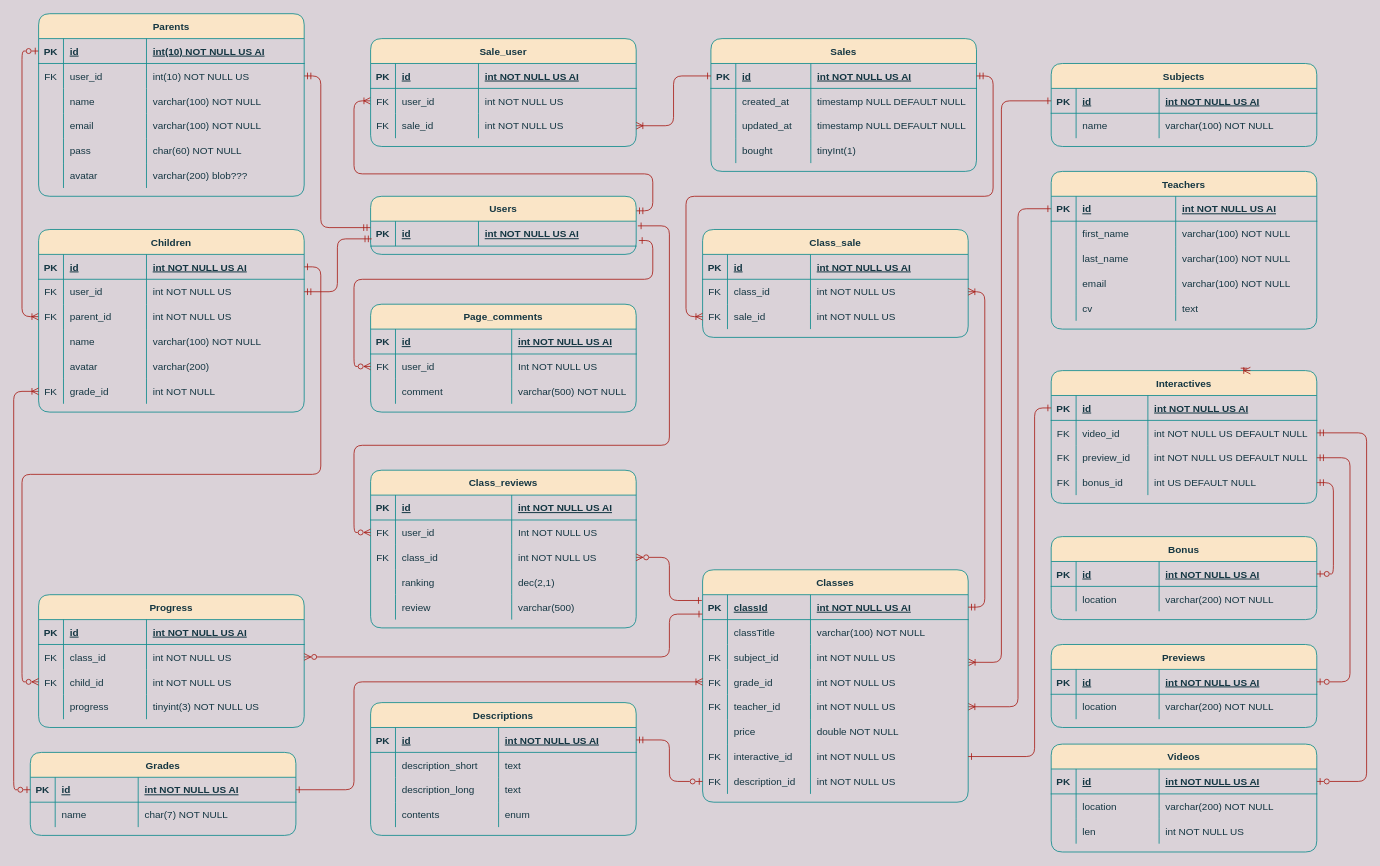
This is MundoSapienDB.drawio from 0921CDFSNCN22LAED/grupo-02, a draw.io file, before an edit. Source tidied: cells renumbered, new cells numbered last; positions are measured from the earlier drawing's top-left corner, leaving out a move shared by most shapes. Both pictures are drawn from the tidied source at 83%, with x=0, y=0 at pixel (30, 13).
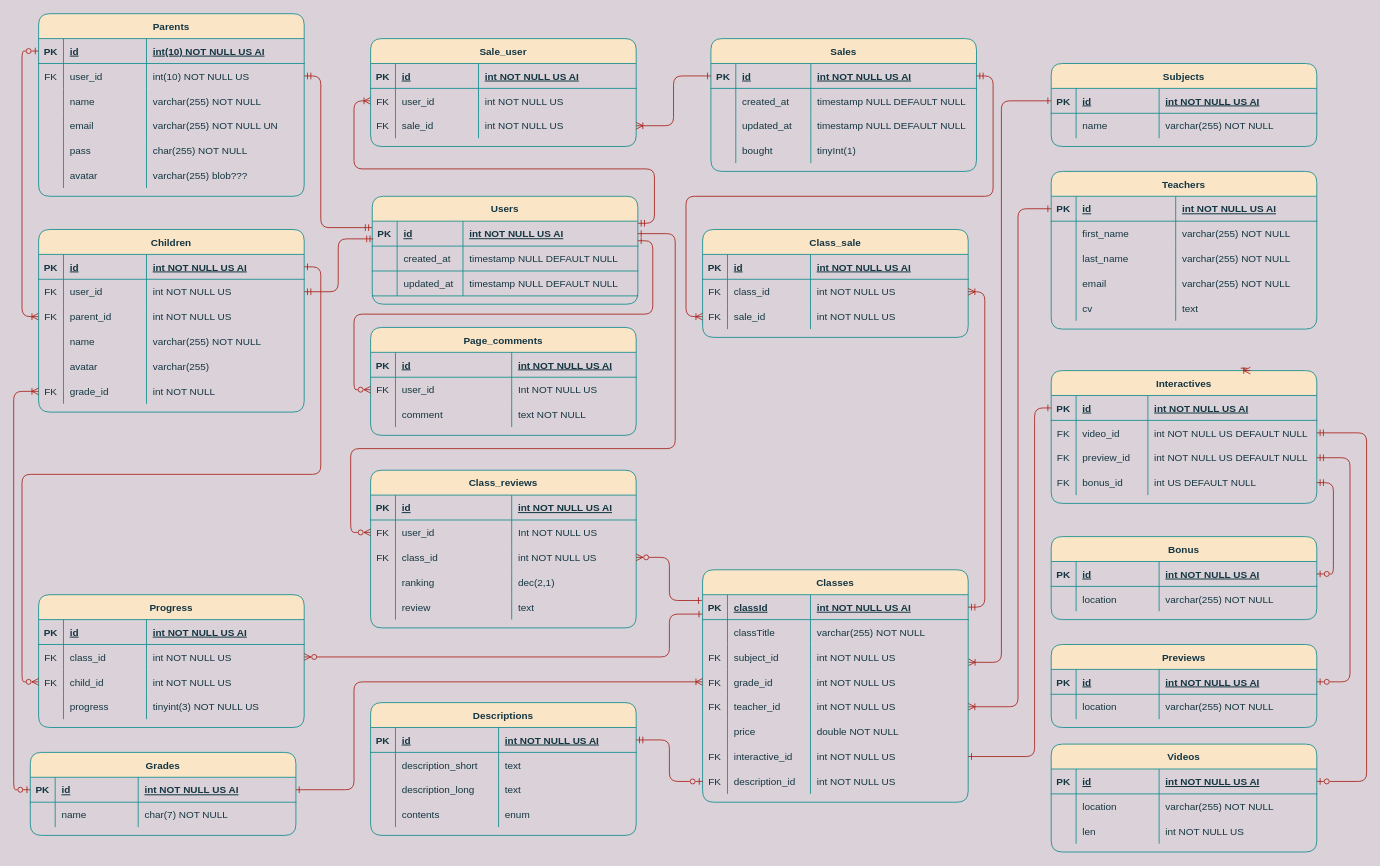
After the change.

Unchanged cells that the change refers to:
```xml
<mxCell id="14" style="shape=partialRectangle;fillColor=none;top=0;left=0;right=0;bottom=0;rounded=1;strokeColor=#0F8B8D;fontColor=#143642;" parent="5" vertex="1">
  <mxGeometry y="90" width="320" height="30" as="geometry" />
</mxCell>
<mxCell id="18" style="shape=partialRectangle;fillColor=none;top=0;left=0;right=0;bottom=0;rounded=1;strokeColor=#0F8B8D;fontColor=#143642;" parent="5" vertex="1">
  <mxGeometry y="120" width="320" height="30" as="geometry" />
</mxCell>
<mxCell id="22" style="shape=partialRectangle;fillColor=none;top=0;left=0;right=0;bottom=0;rounded=1;strokeColor=#0F8B8D;fontColor=#143642;" parent="5" vertex="1">
  <mxGeometry y="150" width="320" height="30" as="geometry" />
</mxCell>
<mxCell id="26" style="shape=partialRectangle;fillColor=none;top=0;left=0;right=0;bottom=0;rounded=1;strokeColor=#0F8B8D;fontColor=#143642;" parent="5" vertex="1">
  <mxGeometry y="180" width="320" height="30" as="geometry" />
</mxCell>
<mxCell id="43" style="shape=partialRectangle;fillColor=none;top=0;left=0;right=0;bottom=0;rounded=1;strokeColor=#0F8B8D;fontColor=#143642;" parent="30" vertex="1">
  <mxGeometry y="120" width="320" height="30" as="geometry" />
</mxCell>
<mxCell id="47" style="shape=partialRectangle;fillColor=none;top=0;left=0;right=0;bottom=0;rounded=1;strokeColor=#0F8B8D;fontColor=#143642;" parent="30" vertex="1">
  <mxGeometry y="150" width="320" height="30" as="geometry" />
</mxCell>
<mxCell id="61" style="shape=partialRectangle;fillColor=none;top=0;left=0;right=0;bottom=0;rounded=1;strokeColor=#0F8B8D;fontColor=#143642;" parent="56" vertex="1">
  <mxGeometry y="60" width="320" height="30" as="geometry" />
</mxCell>
<mxCell id="94" style="shape=partialRectangle;fillColor=none;top=0;left=0;right=0;bottom=0;rounded=1;strokeColor=#0F8B8D;fontColor=#143642;" parent="89" vertex="1">
  <mxGeometry y="60" width="320" height="30" as="geometry" />
</mxCell>
<mxCell id="98" style="shape=partialRectangle;fillColor=none;top=0;left=0;right=0;bottom=0;rounded=1;strokeColor=#0F8B8D;fontColor=#143642;" parent="89" vertex="1">
  <mxGeometry y="90" width="320" height="30" as="geometry" />
</mxCell>
<mxCell id="102" style="shape=partialRectangle;fillColor=none;top=0;left=0;right=0;bottom=0;rounded=1;strokeColor=#0F8B8D;fontColor=#143642;" parent="89" vertex="1">
  <mxGeometry y="120" width="320" height="30" as="geometry" />
</mxCell>
<mxCell id="115" style="shape=partialRectangle;fillColor=none;top=0;left=0;right=0;bottom=0;rounded=1;strokeColor=#0F8B8D;fontColor=#143642;" parent="110" vertex="1">
  <mxGeometry y="60" width="320" height="30" as="geometry" />
</mxCell>
<mxCell id="171" style="shape=partialRectangle;fillColor=none;top=0;left=0;right=0;bottom=0;rounded=1;strokeColor=#0F8B8D;fontColor=#143642;" parent="166" vertex="1">
  <mxGeometry y="60" width="320" height="30" as="geometry" />
</mxCell>
<mxCell id="184" style="shape=partialRectangle;fillColor=none;top=0;left=0;right=0;bottom=0;rounded=1;strokeColor=#0F8B8D;fontColor=#143642;" parent="179" vertex="1">
  <mxGeometry y="60" width="320" height="30" as="geometry" />
</mxCell>
<mxCell id="194" style="shape=partialRectangle;fillColor=none;top=0;left=0;right=0;bottom=0;rounded=1;strokeColor=#0F8B8D;fontColor=#143642;" parent="189" vertex="1">
  <mxGeometry y="60" width="320" height="30" as="geometry" />
</mxCell>
<mxCell id="221" style="shape=partialRectangle;fillColor=none;points=[[0,0.5],[1,0.5]];portConstraint=eastwest;top=0;left=0;right=0;bottom=0;rounded=1;strokeColor=#0F8B8D;fontColor=#143642;" parent="216" vertex="1">
  <mxGeometry y="60" width="320" height="30" as="geometry" />
</mxCell>
<mxCell id="247" style="shape=partialRectangle;fillColor=none;points=[[0,0.5],[1,0.5]];portConstraint=eastwest;top=0;left=0;right=0;bottom=1;rounded=1;strokeColor=#0F8B8D;fontColor=#143642;" parent="246" vertex="1">
  <mxGeometry y="30" width="320" height="30" as="geometry" />
</mxCell>
<mxCell id="258" style="shape=partialRectangle;fillColor=none;points=[[0,0.5],[1,0.5]];portConstraint=eastwest;top=0;left=0;right=0;bottom=0;rounded=1;strokeColor=#0F8B8D;fontColor=#143642;" parent="253" vertex="1">
  <mxGeometry y="60" width="320" height="30" as="geometry" />
</mxCell>
<mxCell id="262" style="shape=partialRectangle;fillColor=none;top=0;left=0;right=0;bottom=0;rounded=1;strokeColor=#0F8B8D;fontColor=#143642;" parent="253" vertex="1">
  <mxGeometry y="90" width="320" height="30" as="geometry" />
</mxCell>
<mxCell id="272" style="shape=partialRectangle;fillColor=none;points=[[0,0.5],[1,0.5]];portConstraint=eastwest;top=0;left=0;right=0;bottom=0;rounded=1;strokeColor=#0F8B8D;fontColor=#143642;" parent="267" vertex="1">
  <mxGeometry y="60" width="320" height="30" as="geometry" />
</mxCell>
<mxCell id="284" style="shape=partialRectangle;fillColor=none;top=0;left=0;right=0;bottom=0;rounded=1;strokeColor=#0F8B8D;fontColor=#143642;" parent="267" vertex="1">
  <mxGeometry y="150" width="320" height="30" as="geometry" />
</mxCell>
```

What changed in the source:
```diff
@@
     <mxCell id="4" style="edgeStyle=orthogonalEdgeStyle;jettySize=auto;html=1;startArrow=ERmandOne;startFill=0;endArrow=ERoneToMany;endFill=0;exitX=1;exitY=0.25;exitDx=0;exitDy=0;entryX=0;entryY=0.5;entryDx=0;entryDy=0;labelBackgroundColor=#DAD2D8;strokeColor=#A8201A;fontColor=#143642;" parent="1" edge="1" source="246" target="221">
       <mxGeometry relative="1" as="geometry">
         <Array as="points">
-          <mxPoint x="750" y="238" />
-          <mxPoint x="750" y="193" />
-          <mxPoint x="390" y="193" />
+          <mxPoint x="752" y="253" />
+          <mxPoint x="752" y="187" />
+          <mxPoint x="390" y="187" />
           <mxPoint x="390" y="105" />
         </Array>
       </mxGeometry>
     </mxCell>
@@
-    <mxCell id="17" value="varchar(100) NOT NULL" style="shape=partialRectangle;overflow=hidden;fillColor=none;top=0;left=0;bottom=0;right=0;align=left;spacingLeft=6;rounded=1;strokeColor=#0F8B8D;fontColor=#143642;" parent="14" vertex="1">
+    <mxCell id="17" value="varchar(255) NOT NULL" style="shape=partialRectangle;overflow=hidden;fillColor=none;top=0;left=0;bottom=0;right=0;align=left;spacingLeft=6;rounded=1;strokeColor=#0F8B8D;fontColor=#143642;" parent="14" vertex="1">
       <mxGeometry x="130" width="190" height="30" as="geometry" />
     </mxCell>
@@
-    <mxCell id="21" value="varchar(100) NOT NULL" style="shape=partialRectangle;overflow=hidden;fillColor=none;top=0;left=0;bottom=0;right=0;align=left;spacingLeft=6;rounded=1;strokeColor=#0F8B8D;fontColor=#143642;" parent="18" vertex="1">
+    <mxCell id="21" value="varchar(255) NOT NULL UN" style="shape=partialRectangle;overflow=hidden;fillColor=none;top=0;left=0;bottom=0;right=0;align=left;spacingLeft=6;rounded=1;strokeColor=#0F8B8D;fontColor=#143642;" parent="18" vertex="1">
       <mxGeometry x="130" width="190" height="30" as="geometry" />
     </mxCell>
@@
-    <mxCell id="25" value="char(60) NOT NULL" style="shape=partialRectangle;overflow=hidden;fillColor=none;top=0;left=0;bottom=0;right=0;align=left;spacingLeft=6;rounded=1;strokeColor=#0F8B8D;fontColor=#143642;" parent="22" vertex="1">
+    <mxCell id="25" value="char(255) NOT NULL" style="shape=partialRectangle;overflow=hidden;fillColor=none;top=0;left=0;bottom=0;right=0;align=left;spacingLeft=6;rounded=1;strokeColor=#0F8B8D;fontColor=#143642;" parent="22" vertex="1">
       <mxGeometry x="130" width="190" height="30" as="geometry" />
     </mxCell>
@@
-    <mxCell id="29" value="varchar(200) blob???" style="shape=partialRectangle;overflow=hidden;fillColor=none;top=0;left=0;bottom=0;right=0;align=left;spacingLeft=6;rounded=1;strokeColor=#0F8B8D;fontColor=#143642;" parent="26" vertex="1">
+    <mxCell id="29" value="varchar(255) blob???" style="shape=partialRectangle;overflow=hidden;fillColor=none;top=0;left=0;bottom=0;right=0;align=left;spacingLeft=6;rounded=1;strokeColor=#0F8B8D;fontColor=#143642;" parent="26" vertex="1">
       <mxGeometry x="130" width="190" height="30" as="geometry" />
     </mxCell>
@@
-    <mxCell id="46" value="varchar(100) NOT NULL" style="shape=partialRectangle;overflow=hidden;fillColor=none;top=0;left=0;bottom=0;right=0;align=left;spacingLeft=6;rounded=1;strokeColor=#0F8B8D;fontColor=#143642;" parent="43" vertex="1">
+    <mxCell id="46" value="varchar(255) NOT NULL" style="shape=partialRectangle;overflow=hidden;fillColor=none;top=0;left=0;bottom=0;right=0;align=left;spacingLeft=6;rounded=1;strokeColor=#0F8B8D;fontColor=#143642;" parent="43" vertex="1">
       <mxGeometry x="130" width="190" height="30" as="geometry" />
     </mxCell>
@@
-    <mxCell id="50" value="varchar(200)" style="shape=partialRectangle;overflow=hidden;fillColor=none;top=0;left=0;bottom=0;right=0;align=left;spacingLeft=6;rounded=1;strokeColor=#0F8B8D;fontColor=#143642;" parent="47" vertex="1">
+    <mxCell id="50" value="varchar(255)" style="shape=partialRectangle;overflow=hidden;fillColor=none;top=0;left=0;bottom=0;right=0;align=left;spacingLeft=6;rounded=1;strokeColor=#0F8B8D;fontColor=#143642;" parent="47" vertex="1">
       <mxGeometry x="130" width="190" height="30" as="geometry" />
     </mxCell>
@@
-    <mxCell id="64" value="varchar(100) NOT NULL" style="shape=partialRectangle;overflow=hidden;fillColor=none;top=0;left=0;bottom=0;right=0;align=left;spacingLeft=6;rounded=1;strokeColor=#0F8B8D;fontColor=#143642;" parent="61" vertex="1">
+    <mxCell id="64" value="varchar(255) NOT NULL" style="shape=partialRectangle;overflow=hidden;fillColor=none;top=0;left=0;bottom=0;right=0;align=left;spacingLeft=6;rounded=1;strokeColor=#0F8B8D;fontColor=#143642;" parent="61" vertex="1">
       <mxGeometry x="130" width="190" height="30" as="geometry" />
     </mxCell>
@@
-    <mxCell id="97" value="varchar(100) NOT NULL" style="shape=partialRectangle;overflow=hidden;fillColor=none;top=0;left=0;bottom=0;right=0;align=left;spacingLeft=6;rounded=1;strokeColor=#0F8B8D;fontColor=#143642;" parent="94" vertex="1">
+    <mxCell id="97" value="varchar(255) NOT NULL" style="shape=partialRectangle;overflow=hidden;fillColor=none;top=0;left=0;bottom=0;right=0;align=left;spacingLeft=6;rounded=1;strokeColor=#0F8B8D;fontColor=#143642;" parent="94" vertex="1">
       <mxGeometry x="150" width="170" height="30" as="geometry" />
     </mxCell>
@@
-    <mxCell id="101" value="varchar(100) NOT NULL" style="shape=partialRectangle;overflow=hidden;fillColor=none;top=0;left=0;bottom=0;right=0;align=left;spacingLeft=6;rounded=1;strokeColor=#0F8B8D;fontColor=#143642;" parent="98" vertex="1">
+    <mxCell id="101" value="varchar(255) NOT NULL" style="shape=partialRectangle;overflow=hidden;fillColor=none;top=0;left=0;bottom=0;right=0;align=left;spacingLeft=6;rounded=1;strokeColor=#0F8B8D;fontColor=#143642;" parent="98" vertex="1">
       <mxGeometry x="150" width="170" height="30" as="geometry" />
     </mxCell>
@@
-    <mxCell id="105" value="varchar(100) NOT NULL" style="shape=partialRectangle;overflow=hidden;fillColor=none;top=0;left=0;bottom=0;right=0;align=left;spacingLeft=6;rounded=1;strokeColor=#0F8B8D;fontColor=#143642;" parent="102" vertex="1">
+    <mxCell id="105" value="varchar(255) NOT NULL" style="shape=partialRectangle;overflow=hidden;fillColor=none;top=0;left=0;bottom=0;right=0;align=left;spacingLeft=6;rounded=1;strokeColor=#0F8B8D;fontColor=#143642;" parent="102" vertex="1">
       <mxGeometry x="150" width="170" height="30" as="geometry" />
     </mxCell>
@@
-    <mxCell id="118" value="varchar(100) NOT NULL" style="shape=partialRectangle;overflow=hidden;fillColor=none;top=0;left=0;bottom=0;right=0;align=left;spacingLeft=6;rounded=1;strokeColor=#0F8B8D;fontColor=#143642;" parent="115" vertex="1">
+    <mxCell id="118" value="varchar(255) NOT NULL" style="shape=partialRectangle;overflow=hidden;fillColor=none;top=0;left=0;bottom=0;right=0;align=left;spacingLeft=6;rounded=1;strokeColor=#0F8B8D;fontColor=#143642;" parent="115" vertex="1">
       <mxGeometry x="130" width="190" height="30" as="geometry" />
     </mxCell>
@@
-    <mxCell id="174" value="varchar(200) NOT NULL" style="shape=partialRectangle;overflow=hidden;fillColor=none;top=0;left=0;bottom=0;right=0;align=left;spacingLeft=6;rounded=1;strokeColor=#0F8B8D;fontColor=#143642;" parent="171" vertex="1">
+    <mxCell id="174" value="varchar(255) NOT NULL" style="shape=partialRectangle;overflow=hidden;fillColor=none;top=0;left=0;bottom=0;right=0;align=left;spacingLeft=6;rounded=1;strokeColor=#0F8B8D;fontColor=#143642;" parent="171" vertex="1">
       <mxGeometry x="130" width="190" height="30" as="geometry" />
     </mxCell>
@@
-    <mxCell id="187" value="varchar(200) NOT NULL" style="shape=partialRectangle;overflow=hidden;fillColor=none;top=0;left=0;bottom=0;right=0;align=left;spacingLeft=6;rounded=1;strokeColor=#0F8B8D;fontColor=#143642;" parent="184" vertex="1">
+    <mxCell id="187" value="varchar(255) NOT NULL" style="shape=partialRectangle;overflow=hidden;fillColor=none;top=0;left=0;bottom=0;right=0;align=left;spacingLeft=6;rounded=1;strokeColor=#0F8B8D;fontColor=#143642;" parent="184" vertex="1">
       <mxGeometry x="130" width="190" height="30" as="geometry" />
     </mxCell>
@@
-    <mxCell id="197" value="varchar(200) NOT NULL" style="shape=partialRectangle;overflow=hidden;fillColor=none;top=0;left=0;bottom=0;right=0;align=left;spacingLeft=6;rounded=1;strokeColor=#0F8B8D;fontColor=#143642;" parent="194" vertex="1">
+    <mxCell id="197" value="varchar(255) NOT NULL" style="shape=partialRectangle;overflow=hidden;fillColor=none;top=0;left=0;bottom=0;right=0;align=left;spacingLeft=6;rounded=1;strokeColor=#0F8B8D;fontColor=#143642;" parent="194" vertex="1">
       <mxGeometry x="130" width="190" height="30" as="geometry" />
     </mxCell>
@@
     <mxCell id="246" value="Users" style="shape=table;startSize=30;childLayout=tableLayout;rowLines=0;fontStyle=1;align=center;rounded=1;fillColor=#FAE5C7;strokeColor=#0F8B8D;fontColor=#143642;" parent="1" vertex="1">
-      <mxGeometry x="410" y="220" width="320" height="70" as="geometry" />
+      <mxGeometry x="412" y="220" width="320" height="130" as="geometry" />
     </mxCell>
@@
     <mxCell id="249" value="id" style="shape=partialRectangle;overflow=hidden;fillColor=none;top=0;left=0;bottom=0;right=0;align=left;spacingLeft=6;fontStyle=5;rounded=1;strokeColor=#0F8B8D;fontColor=#143642;" parent="247" vertex="1">
-      <mxGeometry x="30" width="100" height="30" as="geometry" />
+      <mxGeometry x="30" width="79.3" height="30" as="geometry" />
     </mxCell>
     <mxCell id="250" value="int NOT NULL US AI" style="shape=partialRectangle;overflow=hidden;fillColor=none;top=0;left=0;bottom=0;right=0;align=left;spacingLeft=6;fontStyle=5;rounded=1;strokeColor=#0F8B8D;fontColor=#143642;" parent="247" vertex="1">
-      <mxGeometry x="130" width="190" height="30" as="geometry" />
+      <mxGeometry x="109.3" width="210.7" height="30" as="geometry" />
     </mxCell>
+    <mxCell id="310" style="shape=partialRectangle;fillColor=none;top=0;left=0;right=0;bottom=1;rounded=1;strokeColor=#0F8B8D;fontColor=#143642;" parent="246" vertex="1">
+      <mxGeometry y="60" width="320" height="30" as="geometry" />
+    </mxCell>
+    <mxCell id="311" style="shape=partialRectangle;overflow=hidden;fillColor=none;top=0;left=0;bottom=0;right=0;fontStyle=1;rounded=1;strokeColor=#0F8B8D;fontColor=#143642;" parent="310" vertex="1">
+      <mxGeometry width="30" height="30" as="geometry" />
+    </mxCell>
+    <mxCell id="312" value="created_at" style="shape=partialRectangle;overflow=hidden;fillColor=none;top=0;left=0;bottom=0;right=0;align=left;spacingLeft=6;fontStyle=0;rounded=1;strokeColor=#0F8B8D;fontColor=#143642;" parent="310" vertex="1">
+      <mxGeometry x="30" width="79.3" height="30" as="geometry" />
+    </mxCell>
+    <mxCell id="313" value="timestamp NULL DEFAULT NULL" style="shape=partialRectangle;overflow=hidden;fillColor=none;top=0;left=0;bottom=0;right=0;align=left;spacingLeft=6;fontStyle=0;rounded=1;strokeColor=#0F8B8D;fontColor=#143642;" parent="310" vertex="1">
+      <mxGeometry x="109.3" width="210.7" height="30" as="geometry" />
+    </mxCell>
+    <mxCell id="314" style="shape=partialRectangle;fillColor=none;top=0;left=0;right=0;bottom=1;rounded=1;strokeColor=#0F8B8D;fontColor=#143642;" parent="246" vertex="1">
+      <mxGeometry y="90" width="320" height="30" as="geometry" />
+    </mxCell>
+    <mxCell id="315" style="shape=partialRectangle;overflow=hidden;fillColor=none;top=0;left=0;bottom=0;right=0;fontStyle=1;rounded=1;strokeColor=#0F8B8D;fontColor=#143642;" parent="314" vertex="1">
+      <mxGeometry width="30" height="30" as="geometry" />
+    </mxCell>
+    <mxCell id="316" value="updated_at" style="shape=partialRectangle;overflow=hidden;fillColor=none;top=0;left=0;bottom=0;right=0;align=left;spacingLeft=6;fontStyle=0;rounded=1;strokeColor=#0F8B8D;fontColor=#143642;" parent="314" vertex="1">
+      <mxGeometry x="30" width="79.3" height="30" as="geometry" />
+    </mxCell>
+    <mxCell id="317" value="timestamp NULL DEFAULT NULL" style="shape=partialRectangle;overflow=hidden;fillColor=none;top=0;left=0;bottom=0;right=0;align=left;spacingLeft=6;fontStyle=0;rounded=1;strokeColor=#0F8B8D;fontColor=#143642;" parent="314" vertex="1">
+      <mxGeometry x="109.3" width="210.7" height="30" as="geometry" />
+    </mxCell>
@@
     <mxCell id="253" value="Page_comments" style="shape=table;startSize=30;childLayout=tableLayout;rowLines=0;fontStyle=1;align=center;rounded=1;fillColor=#FAE5C7;strokeColor=#0F8B8D;fontColor=#143642;" parent="1" vertex="1">
-      <mxGeometry x="410" y="350" width="320" height="130" as="geometry" />
+      <mxGeometry x="410" y="378" width="320" height="130" as="geometry" />
     </mxCell>
@@
-    <mxCell id="265" value="varchar(500) NOT NULL" style="shape=partialRectangle;overflow=hidden;fillColor=none;top=0;left=0;bottom=0;right=0;align=left;spacingLeft=6;rounded=1;strokeColor=#0F8B8D;fontColor=#143642;" parent="262" vertex="1">
+    <mxCell id="265" value="text NOT NULL" style="shape=partialRectangle;overflow=hidden;fillColor=none;top=0;left=0;bottom=0;right=0;align=left;spacingLeft=6;rounded=1;strokeColor=#0F8B8D;fontColor=#143642;" parent="262" vertex="1">
       <mxGeometry x="170" width="150" height="30" as="geometry" />
     </mxCell>
-    <mxCell id="266" style="edgeStyle=orthogonalEdgeStyle;rounded=1;jettySize=auto;html=1;exitX=0;exitY=0.5;exitDx=0;exitDy=0;entryX=1.01;entryY=0.775;entryDx=0;entryDy=0;entryPerimeter=0;labelBackgroundColor=#DAD2D8;strokeColor=#A8201A;fontColor=#143642;startArrow=ERzeroToMany;startFill=0;endArrow=ERone;endFill=0;" parent="1" edge="1" source="258" target="247">
+    <mxCell id="266" style="edgeStyle=orthogonalEdgeStyle;rounded=1;jettySize=auto;html=1;exitX=0;exitY=0.5;exitDx=0;exitDy=0;entryX=1;entryY=0.785;entryDx=0;entryDy=0;entryPerimeter=0;labelBackgroundColor=#DAD2D8;strokeColor=#A8201A;fontColor=#143642;startArrow=ERzeroToMany;startFill=0;endArrow=ERone;endFill=0;" parent="1" edge="1" source="258" target="247">
       <mxGeometry relative="1" as="geometry">
         <Array as="points">
-          <mxPoint x="390" y="425" />
-          <mxPoint x="390" y="320" />
-          <mxPoint x="750" y="320" />
-          <mxPoint x="750" y="273" />
+          <mxPoint x="390" y="453" />
+          <mxPoint x="390" y="362" />
+          <mxPoint x="750" y="362" />
+          <mxPoint x="750" y="274" />
         </Array>
       </mxGeometry>
     </mxCell>
@@
-    <mxCell id="287" value="varchar(500)" style="shape=partialRectangle;overflow=hidden;fillColor=none;top=0;left=0;bottom=0;right=0;align=left;spacingLeft=6;rounded=1;strokeColor=#0F8B8D;fontColor=#143642;" parent="284" vertex="1">
+    <mxCell id="287" value="text" style="shape=partialRectangle;overflow=hidden;fillColor=none;top=0;left=0;bottom=0;right=0;align=left;spacingLeft=6;rounded=1;strokeColor=#0F8B8D;fontColor=#143642;" parent="284" vertex="1">
       <mxGeometry x="170" width="150" height="30" as="geometry" />
     </mxCell>
-    <mxCell id="288" style="edgeStyle=orthogonalEdgeStyle;rounded=1;jettySize=auto;html=1;exitX=0;exitY=0.5;exitDx=0;exitDy=0;entryX=1.006;entryY=0.187;entryDx=0;entryDy=0;entryPerimeter=0;labelBackgroundColor=#DAD2D8;strokeColor=#A8201A;fontColor=#143642;endArrow=ERone;endFill=0;startArrow=ERzeroToMany;startFill=0;" parent="1" edge="1" source="272" target="247">
+    <mxCell id="288" style="edgeStyle=orthogonalEdgeStyle;rounded=1;jettySize=auto;html=1;exitX=0;exitY=0.5;exitDx=0;exitDy=0;entryX=1;entryY=0.5;entryDx=0;entryDy=0;labelBackgroundColor=#DAD2D8;strokeColor=#A8201A;fontColor=#143642;endArrow=ERone;endFill=0;startArrow=ERzeroToMany;startFill=0;" parent="1" edge="1" source="272" target="247">
       <mxGeometry relative="1" as="geometry">
         <Array as="points">
-          <mxPoint x="390" y="625" />
-          <mxPoint x="390" y="520" />
-          <mxPoint x="770" y="520" />
-          <mxPoint x="770" y="256" />
+          <mxPoint x="386" y="625" />
+          <mxPoint x="386" y="524" />
+          <mxPoint x="777" y="524" />
+          <mxPoint x="777" y="265" />
         </Array>
       </mxGeometry>
     </mxCell>
```
